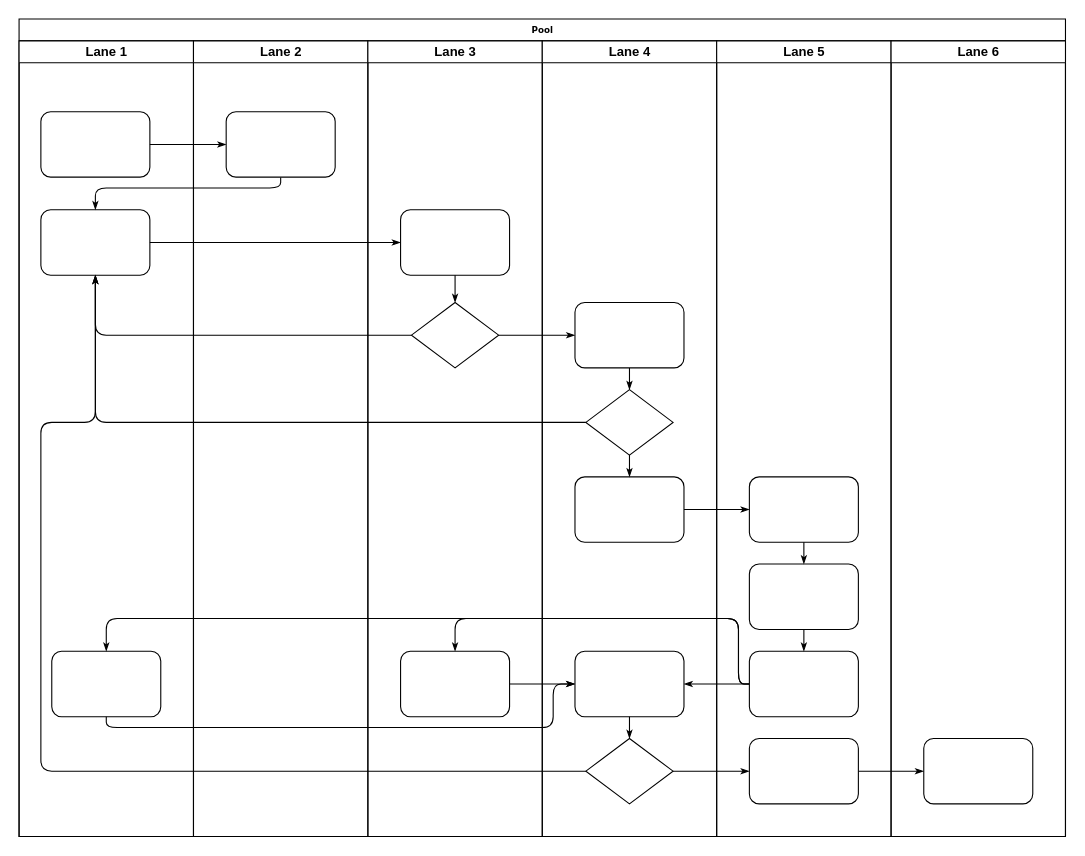
Earlier version of the draw.io diagram Gavel.drawio (Seventy7dot2/webwiz). Source tidied: cells renumbered, new cells numbered last; positions are measured from the earlier drawing's top-left corner, leaving out a move shared by most shapes. Both pictures are drawn from the tidied source at 109%, with x=0, y=0 at pixel (19, 19).
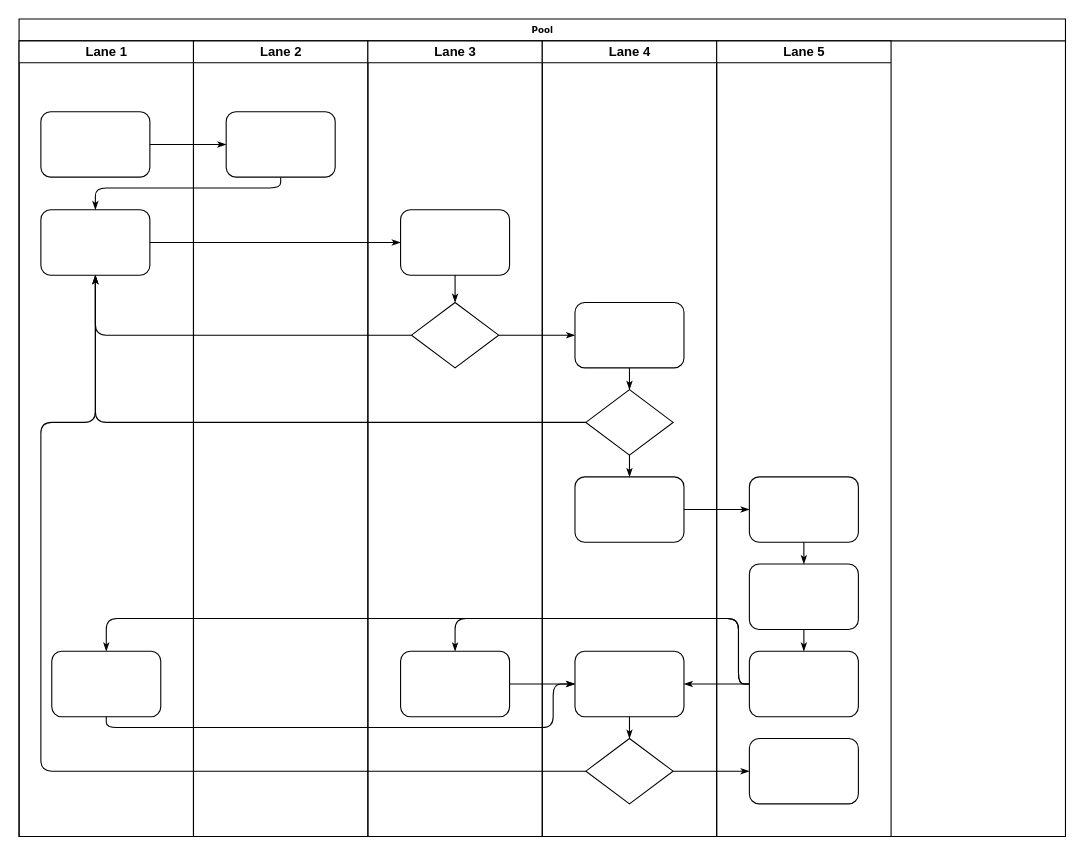
After the change.

The change refers to these unchanged cells:
```xml
<mxCell id="2" value="Pool" style="swimlane;html=1;startSize=20;rounded=0;shadow=0;labelBackgroundColor=none;strokeWidth=1;fontFamily=Verdana;fontSize=8;align=center;" parent="1" vertex="1">
  <mxGeometry width="960" height="750" as="geometry" />
</mxCell>
<mxCell id="42" style="rounded=1;whiteSpace=wrap;html=1;shadow=0;labelBackgroundColor=none;strokeWidth=1;fontFamily=Verdana;fontSize=8;align=center;" parent="38" vertex="1">
  <mxGeometry x="30" y="640" width="100" height="60" as="geometry" />
</mxCell>
```

The edit, as a diff of the source:
```diff
@@
-    <mxCell id="15" style="edgeStyle=orthogonalEdgeStyle;rounded=1;html=1;labelBackgroundColor=none;startArrow=none;startFill=0;startSize=5;endArrow=classicThin;endFill=1;endSize=5;jettySize=auto;strokeWidth=1;fontFamily=Verdana;fontSize=8;" parent="2" edge="1" source="42" target="46">
-      <mxGeometry relative="1" as="geometry" />
-    </mxCell>
@@
-    <mxCell id="45" value="Lane 6" style="swimlane;html=1;startSize=20;" parent="2" vertex="1">
-      <mxGeometry x="800" y="20" width="160" height="730" as="geometry" />
-    </mxCell>
-    <mxCell id="46" style="rounded=1;whiteSpace=wrap;html=1;shadow=0;labelBackgroundColor=none;strokeWidth=1;fontFamily=Verdana;fontSize=8;align=center;" parent="45" vertex="1">
-      <mxGeometry x="30" y="640" width="100" height="60" as="geometry" />
-    </mxCell>
```
